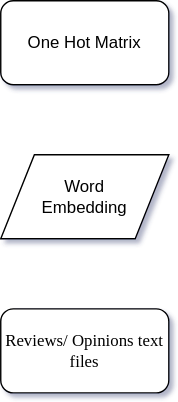
This is process.drawio.svg from jgorman3691/GrokNN, a draw.io export, as it was before one commit. Source tidied: cells renumbered, new cells last; positions are measured from the earlier drawing's top-left corner, leaving out a move shared by most shapes.
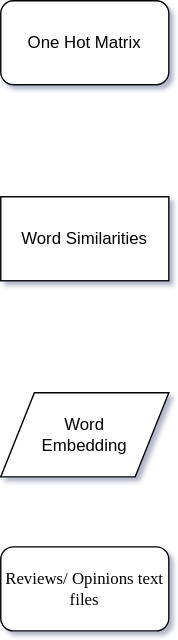
The same diagram one commit later.

The edit, as a diff of the source:
```diff
@@ -9,7 +9,10 @@
       <mxGeometry y="110" width="120" height="60" as="geometry" />
     </mxCell>
     <mxCell id="4" value="One Hot Matrix" style="rounded=1;whiteSpace=wrap;html=1;" parent="1" vertex="1">
-      <mxGeometry width="120" height="60" as="geometry" />
+      <mxGeometry y="-170" width="120" height="60" as="geometry" />
     </mxCell>
+    <mxCell id="5" value="Word Similarities" style="rounded=0;whiteSpace=wrap;html=1;" parent="1" vertex="1">
+      <mxGeometry y="-30" width="120" height="60" as="geometry" />
+    </mxCell>
   </root>
 </mxGraphModel>
```
